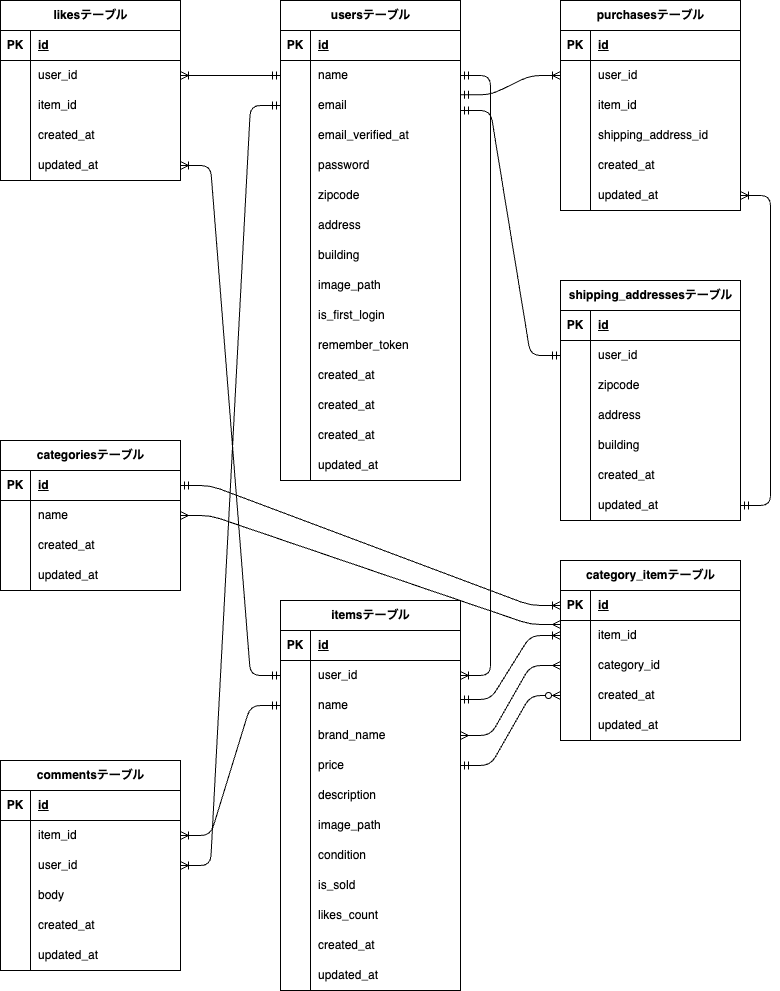
Earlier version of the draw.io export ER.png (su-masayuki/freemarket-test). Source tidied: cells renumbered, new cells last; positions are measured from the earlier drawing's top-left corner, leaving out a move shared by most shapes.
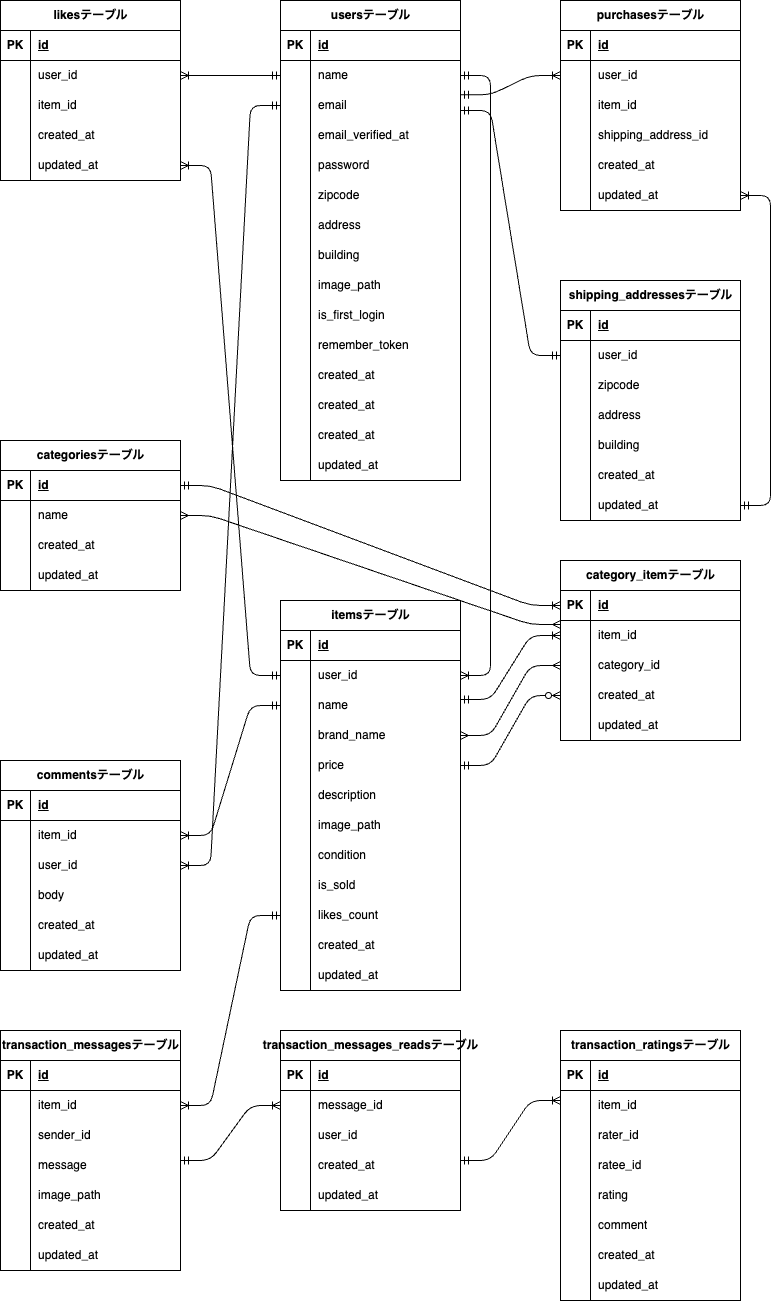
Above is the later version.

What changed in the source:
```diff
@@ -645,5 +645,208 @@
         </Array>
       </mxGeometry>
     </mxCell>
+    <mxCell id="203" value="transaction_messagesテーブル" style="shape=table;startSize=30;rowLines=0;fontStyle=1;align=center;html=1;" parent="1" vertex="1">
+      <mxGeometry x="80" y="1030" width="180" height="240" as="geometry" />
+    </mxCell>
+    <mxCell id="204" style="shape=tableRow;horizontal=0;startSize=0;swimlaneHead=0;swimlaneBody=0;fillColor=none;top=0;left=0;right=0;bottom=1;" parent="203" vertex="1">
+      <mxGeometry y="30" width="180" height="30" as="geometry" />
+    </mxCell>
+    <mxCell id="205" value="PK" style="shape=partialRectangle;fillColor=none;top=0;left=0;bottom=0;right=0;fontStyle=1;overflow=hidden;whiteSpace=wrap;html=1;" parent="204" vertex="1">
+      <mxGeometry width="30" height="30" as="geometry" />
+    </mxCell>
+    <mxCell id="206" value="id" style="shape=partialRectangle;fillColor=none;top=0;left=0;bottom=0;right=0;align=left;spacingLeft=6;fontStyle=5;overflow=hidden;whiteSpace=wrap;html=1;" parent="204" vertex="1">
+      <mxGeometry x="30" width="150" height="30" as="geometry" />
+    </mxCell>
+    <mxCell id="207" style="shape=tableRow;horizontal=0;startSize=0;swimlaneHead=0;swimlaneBody=0;fillColor=none;points=[[0,0.5],[1,0.5]];portConstraint=eastwest;top=0;left=0;right=0;bottom=0;" parent="203" vertex="1">
+      <mxGeometry y="60" width="180" height="30" as="geometry" />
+    </mxCell>
+    <mxCell id="208" style="shape=partialRectangle;fillColor=none;top=0;left=0;bottom=0;right=0;overflow=hidden;whiteSpace=wrap;html=1;" parent="207" vertex="1">
+      <mxGeometry width="30" height="30" as="geometry" />
+    </mxCell>
+    <mxCell id="209" value="item_id" style="shape=partialRectangle;fillColor=none;top=0;left=0;bottom=0;right=0;align=left;spacingLeft=6;overflow=hidden;whiteSpace=wrap;html=1;" parent="207" vertex="1">
+      <mxGeometry x="30" width="150" height="30" as="geometry" />
+    </mxCell>
+    <mxCell id="210" style="shape=tableRow;horizontal=0;startSize=0;swimlaneHead=0;swimlaneBody=0;fillColor=none;top=0;left=0;right=0;bottom=0;" parent="203" vertex="1">
+      <mxGeometry y="90" width="180" height="30" as="geometry" />
+    </mxCell>
+    <mxCell id="211" style="shape=partialRectangle;fillColor=none;top=0;left=0;bottom=0;right=0;overflow=hidden;whiteSpace=wrap;html=1;" parent="210" vertex="1">
+      <mxGeometry width="30" height="30" as="geometry" />
+    </mxCell>
+    <mxCell id="212" value="sender_id" style="shape=partialRectangle;fillColor=none;top=0;left=0;bottom=0;right=0;align=left;spacingLeft=6;overflow=hidden;whiteSpace=wrap;html=1;" parent="210" vertex="1">
+      <mxGeometry x="30" width="150" height="30" as="geometry" />
+    </mxCell>
+    <mxCell id="213" style="shape=tableRow;horizontal=0;startSize=0;swimlaneHead=0;swimlaneBody=0;fillColor=none;top=0;left=0;right=0;bottom=0;" parent="203" vertex="1">
+      <mxGeometry y="120" width="180" height="30" as="geometry" />
+    </mxCell>
+    <mxCell id="214" style="shape=partialRectangle;fillColor=none;top=0;left=0;bottom=0;right=0;overflow=hidden;whiteSpace=wrap;html=1;" parent="213" vertex="1">
+      <mxGeometry width="30" height="30" as="geometry" />
+    </mxCell>
+    <mxCell id="215" value="message" style="shape=partialRectangle;fillColor=none;top=0;left=0;bottom=0;right=0;align=left;spacingLeft=6;overflow=hidden;whiteSpace=wrap;html=1;" parent="213" vertex="1">
+      <mxGeometry x="30" width="150" height="30" as="geometry" />
+    </mxCell>
+    <mxCell id="216" style="shape=tableRow;horizontal=0;startSize=0;swimlaneHead=0;swimlaneBody=0;fillColor=none;top=0;left=0;right=0;bottom=0;" parent="203" vertex="1">
+      <mxGeometry y="150" width="180" height="30" as="geometry" />
+    </mxCell>
+    <mxCell id="217" style="shape=partialRectangle;fillColor=none;top=0;left=0;bottom=0;right=0;overflow=hidden;whiteSpace=wrap;html=1;" parent="216" vertex="1">
+      <mxGeometry width="30" height="30" as="geometry" />
+    </mxCell>
+    <mxCell id="218" value="image_path" style="shape=partialRectangle;fillColor=none;top=0;left=0;bottom=0;right=0;align=left;spacingLeft=6;overflow=hidden;whiteSpace=wrap;html=1;" parent="216" vertex="1">
+      <mxGeometry x="30" width="150" height="30" as="geometry" />
+    </mxCell>
+    <mxCell id="219" style="shape=tableRow;horizontal=0;startSize=0;swimlaneHead=0;swimlaneBody=0;fillColor=none;top=0;left=0;right=0;bottom=0;" parent="203" vertex="1">
+      <mxGeometry y="180" width="180" height="30" as="geometry" />
+    </mxCell>
+    <mxCell id="220" style="shape=partialRectangle;fillColor=none;top=0;left=0;bottom=0;right=0;overflow=hidden;whiteSpace=wrap;html=1;" parent="219" vertex="1">
+      <mxGeometry width="30" height="30" as="geometry" />
+    </mxCell>
+    <mxCell id="221" value="created_at" style="shape=partialRectangle;fillColor=none;top=0;left=0;bottom=0;right=0;align=left;spacingLeft=6;overflow=hidden;whiteSpace=wrap;html=1;" parent="219" vertex="1">
+      <mxGeometry x="30" width="150" height="30" as="geometry" />
+    </mxCell>
+    <mxCell id="222" style="shape=tableRow;horizontal=0;startSize=0;swimlaneHead=0;swimlaneBody=0;fillColor=none;top=0;left=0;right=0;bottom=0;" parent="203" vertex="1">
+      <mxGeometry y="210" width="180" height="30" as="geometry" />
+    </mxCell>
+    <mxCell id="223" style="shape=partialRectangle;fillColor=none;top=0;left=0;bottom=0;right=0;overflow=hidden;whiteSpace=wrap;html=1;" parent="222" vertex="1">
+      <mxGeometry width="30" height="30" as="geometry" />
+    </mxCell>
+    <mxCell id="224" value="updated_at" style="shape=partialRectangle;fillColor=none;top=0;left=0;bottom=0;right=0;align=left;spacingLeft=6;overflow=hidden;whiteSpace=wrap;html=1;" parent="222" vertex="1">
+      <mxGeometry x="30" width="150" height="30" as="geometry" />
+    </mxCell>
+    <mxCell id="225" value="&lt;span style=&quot;color: rgb(0, 0, 0);&quot;&gt;transaction_messages_reads&lt;/span&gt;テーブル" style="shape=table;startSize=30;rowLines=0;fontStyle=1;align=center;html=1;" parent="1" vertex="1">
+      <mxGeometry x="360" y="1030" width="180" height="180" as="geometry" />
+    </mxCell>
+    <mxCell id="226" style="shape=tableRow;horizontal=0;startSize=0;swimlaneHead=0;swimlaneBody=0;fillColor=none;top=0;left=0;right=0;bottom=1;" parent="225" vertex="1">
+      <mxGeometry y="30" width="180" height="30" as="geometry" />
+    </mxCell>
+    <mxCell id="227" value="PK" style="shape=partialRectangle;fillColor=none;top=0;left=0;bottom=0;right=0;fontStyle=1;overflow=hidden;whiteSpace=wrap;html=1;" parent="226" vertex="1">
+      <mxGeometry width="30" height="30" as="geometry" />
+    </mxCell>
+    <mxCell id="228" value="id" style="shape=partialRectangle;fillColor=none;top=0;left=0;bottom=0;right=0;align=left;spacingLeft=6;fontStyle=5;overflow=hidden;whiteSpace=wrap;html=1;" parent="226" vertex="1">
+      <mxGeometry x="30" width="150" height="30" as="geometry" />
+    </mxCell>
+    <mxCell id="229" style="shape=tableRow;horizontal=0;startSize=0;swimlaneHead=0;swimlaneBody=0;fillColor=none;points=[[0,0.5],[1,0.5]];portConstraint=eastwest;top=0;left=0;right=0;bottom=0;" parent="225" vertex="1">
+      <mxGeometry y="60" width="180" height="30" as="geometry" />
+    </mxCell>
+    <mxCell id="230" style="shape=partialRectangle;fillColor=none;top=0;left=0;bottom=0;right=0;overflow=hidden;whiteSpace=wrap;html=1;" parent="229" vertex="1">
+      <mxGeometry width="30" height="30" as="geometry" />
+    </mxCell>
+    <mxCell id="231" value="message_id" style="shape=partialRectangle;fillColor=none;top=0;left=0;bottom=0;right=0;align=left;spacingLeft=6;overflow=hidden;whiteSpace=wrap;html=1;" parent="229" vertex="1">
+      <mxGeometry x="30" width="150" height="30" as="geometry" />
+    </mxCell>
+    <mxCell id="232" style="shape=tableRow;horizontal=0;startSize=0;swimlaneHead=0;swimlaneBody=0;fillColor=none;top=0;left=0;right=0;bottom=0;" parent="225" vertex="1">
+      <mxGeometry y="90" width="180" height="30" as="geometry" />
+    </mxCell>
+    <mxCell id="233" style="shape=partialRectangle;fillColor=none;top=0;left=0;bottom=0;right=0;overflow=hidden;whiteSpace=wrap;html=1;" parent="232" vertex="1">
+      <mxGeometry width="30" height="30" as="geometry" />
+    </mxCell>
+    <mxCell id="234" value="user_id" style="shape=partialRectangle;fillColor=none;top=0;left=0;bottom=0;right=0;align=left;spacingLeft=6;overflow=hidden;whiteSpace=wrap;html=1;" parent="232" vertex="1">
+      <mxGeometry x="30" width="150" height="30" as="geometry" />
+    </mxCell>
+    <mxCell id="235" style="shape=tableRow;horizontal=0;startSize=0;swimlaneHead=0;swimlaneBody=0;fillColor=none;top=0;left=0;right=0;bottom=0;" parent="225" vertex="1">
+      <mxGeometry y="120" width="180" height="30" as="geometry" />
+    </mxCell>
+    <mxCell id="236" style="shape=partialRectangle;fillColor=none;top=0;left=0;bottom=0;right=0;overflow=hidden;whiteSpace=wrap;html=1;" parent="235" vertex="1">
+      <mxGeometry width="30" height="30" as="geometry" />
+    </mxCell>
+    <mxCell id="237" value="created_at" style="shape=partialRectangle;fillColor=none;top=0;left=0;bottom=0;right=0;align=left;spacingLeft=6;overflow=hidden;whiteSpace=wrap;html=1;" parent="235" vertex="1">
+      <mxGeometry x="30" width="150" height="30" as="geometry" />
+    </mxCell>
+    <mxCell id="238" style="shape=tableRow;horizontal=0;startSize=0;swimlaneHead=0;swimlaneBody=0;fillColor=none;top=0;left=0;right=0;bottom=0;" parent="225" vertex="1">
+      <mxGeometry y="150" width="180" height="30" as="geometry" />
+    </mxCell>
+    <mxCell id="239" style="shape=partialRectangle;fillColor=none;top=0;left=0;bottom=0;right=0;overflow=hidden;whiteSpace=wrap;html=1;" parent="238" vertex="1">
+      <mxGeometry width="30" height="30" as="geometry" />
+    </mxCell>
+    <mxCell id="240" value="updated_at" style="shape=partialRectangle;fillColor=none;top=0;left=0;bottom=0;right=0;align=left;spacingLeft=6;overflow=hidden;whiteSpace=wrap;html=1;" parent="238" vertex="1">
+      <mxGeometry x="30" width="150" height="30" as="geometry" />
+    </mxCell>
+    <mxCell id="241" value="&lt;span style=&quot;color: rgb(0, 0, 0);&quot;&gt;transaction_ratings&lt;/span&gt;テーブル" style="shape=table;startSize=30;rowLines=0;fontStyle=1;align=center;html=1;" parent="1" vertex="1">
+      <mxGeometry x="640" y="1030" width="180" height="270" as="geometry" />
+    </mxCell>
+    <mxCell id="242" style="shape=tableRow;horizontal=0;startSize=0;swimlaneHead=0;swimlaneBody=0;fillColor=none;top=0;left=0;right=0;bottom=1;" parent="241" vertex="1">
+      <mxGeometry y="30" width="180" height="30" as="geometry" />
+    </mxCell>
+    <mxCell id="243" value="PK" style="shape=partialRectangle;fillColor=none;top=0;left=0;bottom=0;right=0;fontStyle=1;overflow=hidden;whiteSpace=wrap;html=1;" parent="242" vertex="1">
+      <mxGeometry width="30" height="30" as="geometry" />
+    </mxCell>
+    <mxCell id="244" value="id" style="shape=partialRectangle;fillColor=none;top=0;left=0;bottom=0;right=0;align=left;spacingLeft=6;fontStyle=5;overflow=hidden;whiteSpace=wrap;html=1;" parent="242" vertex="1">
+      <mxGeometry x="30" width="150" height="30" as="geometry" />
+    </mxCell>
+    <mxCell id="245" style="shape=tableRow;horizontal=0;startSize=0;swimlaneHead=0;swimlaneBody=0;fillColor=none;top=0;left=0;right=0;bottom=0;" parent="241" vertex="1">
+      <mxGeometry y="60" width="180" height="30" as="geometry" />
+    </mxCell>
+    <mxCell id="246" style="shape=partialRectangle;fillColor=none;top=0;left=0;bottom=0;right=0;overflow=hidden;whiteSpace=wrap;html=1;" parent="245" vertex="1">
+      <mxGeometry width="30" height="30" as="geometry" />
+    </mxCell>
+    <mxCell id="247" value="item_id" style="shape=partialRectangle;fillColor=none;top=0;left=0;bottom=0;right=0;align=left;spacingLeft=6;overflow=hidden;whiteSpace=wrap;html=1;" parent="245" vertex="1">
+      <mxGeometry x="30" width="150" height="30" as="geometry" />
+    </mxCell>
+    <mxCell id="248" style="shape=tableRow;horizontal=0;startSize=0;swimlaneHead=0;swimlaneBody=0;fillColor=none;top=0;left=0;right=0;bottom=0;" parent="241" vertex="1">
+      <mxGeometry y="90" width="180" height="30" as="geometry" />
+    </mxCell>
+    <mxCell id="249" style="shape=partialRectangle;fillColor=none;top=0;left=0;bottom=0;right=0;overflow=hidden;whiteSpace=wrap;html=1;" parent="248" vertex="1">
+      <mxGeometry width="30" height="30" as="geometry" />
+    </mxCell>
+    <mxCell id="250" value="rater_id" style="shape=partialRectangle;fillColor=none;top=0;left=0;bottom=0;right=0;align=left;spacingLeft=6;overflow=hidden;whiteSpace=wrap;html=1;" parent="248" vertex="1">
+      <mxGeometry x="30" width="150" height="30" as="geometry" />
+    </mxCell>
+    <mxCell id="251" style="shape=tableRow;horizontal=0;startSize=0;swimlaneHead=0;swimlaneBody=0;fillColor=none;top=0;left=0;right=0;bottom=0;" parent="241" vertex="1">
+      <mxGeometry y="120" width="180" height="30" as="geometry" />
+    </mxCell>
+    <mxCell id="252" style="shape=partialRectangle;fillColor=none;top=0;left=0;bottom=0;right=0;overflow=hidden;whiteSpace=wrap;html=1;" parent="251" vertex="1">
+      <mxGeometry width="30" height="30" as="geometry" />
+    </mxCell>
+    <mxCell id="253" value="ratee_id" style="shape=partialRectangle;fillColor=none;top=0;left=0;bottom=0;right=0;align=left;spacingLeft=6;overflow=hidden;whiteSpace=wrap;html=1;" parent="251" vertex="1">
+      <mxGeometry x="30" width="150" height="30" as="geometry" />
+    </mxCell>
+    <mxCell id="254" style="shape=tableRow;horizontal=0;startSize=0;swimlaneHead=0;swimlaneBody=0;fillColor=none;top=0;left=0;right=0;bottom=0;" parent="241" vertex="1">
+      <mxGeometry y="150" width="180" height="30" as="geometry" />
+    </mxCell>
+    <mxCell id="255" style="shape=partialRectangle;fillColor=none;top=0;left=0;bottom=0;right=0;overflow=hidden;whiteSpace=wrap;html=1;" parent="254" vertex="1">
+      <mxGeometry width="30" height="30" as="geometry" />
+    </mxCell>
+    <mxCell id="256" value="rating" style="shape=partialRectangle;fillColor=none;top=0;left=0;bottom=0;right=0;align=left;spacingLeft=6;overflow=hidden;whiteSpace=wrap;html=1;" parent="254" vertex="1">
+      <mxGeometry x="30" width="150" height="30" as="geometry" />
+    </mxCell>
+    <mxCell id="257" style="shape=tableRow;horizontal=0;startSize=0;swimlaneHead=0;swimlaneBody=0;fillColor=none;top=0;left=0;right=0;bottom=0;" parent="241" vertex="1">
+      <mxGeometry y="180" width="180" height="30" as="geometry" />
+    </mxCell>
+    <mxCell id="258" style="shape=partialRectangle;fillColor=none;top=0;left=0;bottom=0;right=0;overflow=hidden;whiteSpace=wrap;html=1;" parent="257" vertex="1">
+      <mxGeometry width="30" height="30" as="geometry" />
+    </mxCell>
+    <mxCell id="259" value="comment" style="shape=partialRectangle;fillColor=none;top=0;left=0;bottom=0;right=0;align=left;spacingLeft=6;overflow=hidden;whiteSpace=wrap;html=1;" parent="257" vertex="1">
+      <mxGeometry x="30" width="150" height="30" as="geometry" />
+    </mxCell>
+    <mxCell id="260" style="shape=tableRow;horizontal=0;startSize=0;swimlaneHead=0;swimlaneBody=0;fillColor=none;top=0;left=0;right=0;bottom=0;" parent="241" vertex="1">
+      <mxGeometry y="210" width="180" height="30" as="geometry" />
+    </mxCell>
+    <mxCell id="261" style="shape=partialRectangle;fillColor=none;top=0;left=0;bottom=0;right=0;overflow=hidden;whiteSpace=wrap;html=1;" parent="260" vertex="1">
+      <mxGeometry width="30" height="30" as="geometry" />
+    </mxCell>
+    <mxCell id="262" value="&lt;span style=&quot;color: rgb(0, 0, 0);&quot;&gt;created_at&lt;/span&gt;" style="shape=partialRectangle;fillColor=none;top=0;left=0;bottom=0;right=0;align=left;spacingLeft=6;overflow=hidden;whiteSpace=wrap;html=1;" parent="260" vertex="1">
+      <mxGeometry x="30" width="150" height="30" as="geometry" />
+    </mxCell>
+    <mxCell id="263" style="shape=tableRow;horizontal=0;startSize=0;swimlaneHead=0;swimlaneBody=0;fillColor=none;top=0;left=0;right=0;bottom=0;" parent="241" vertex="1">
+      <mxGeometry y="240" width="180" height="30" as="geometry" />
+    </mxCell>
+    <mxCell id="264" style="shape=partialRectangle;fillColor=none;top=0;left=0;bottom=0;right=0;overflow=hidden;whiteSpace=wrap;html=1;" parent="263" vertex="1">
+      <mxGeometry width="30" height="30" as="geometry" />
+    </mxCell>
+    <mxCell id="265" value="&lt;span style=&quot;color: rgb(0, 0, 0);&quot;&gt;updated_at&lt;/span&gt;" style="shape=partialRectangle;fillColor=none;top=0;left=0;bottom=0;right=0;align=left;spacingLeft=6;overflow=hidden;whiteSpace=wrap;html=1;" parent="263" vertex="1">
+      <mxGeometry x="30" width="150" height="30" as="geometry" />
+    </mxCell>
+    <mxCell id="266" style="edgeStyle=entityRelationEdgeStyle;fontSize=12;html=1;endArrow=ERoneToMany;startArrow=ERmandOne;exitX=0;exitY=0.5;exitDx=0;exitDy=0;entryX=1;entryY=0.5;entryDx=0;entryDy=0;" parent="1" edge="1" source="108" target="207">
+      <mxGeometry relative="1" as="geometry" />
+    </mxCell>
+    <mxCell id="267" style="edgeStyle=entityRelationEdgeStyle;fontSize=12;html=1;endArrow=ERoneToMany;startArrow=ERmandOne;entryX=0;entryY=0.5;entryDx=0;entryDy=0;" parent="1" edge="1" target="229">
+      <mxGeometry relative="1" as="geometry">
+        <mxPoint x="260" y="1160" as="sourcePoint" />
+      </mxGeometry>
+    </mxCell>
+    <mxCell id="268" style="edgeStyle=entityRelationEdgeStyle;fontSize=12;html=1;endArrow=ERoneToMany;startArrow=ERmandOne;exitX=1;exitY=0.5;exitDx=0;exitDy=0;entryX=0;entryY=0.5;entryDx=0;entryDy=0;" parent="1" edge="1">
+      <mxGeometry relative="1" as="geometry">
+        <mxPoint x="540" y="1160" as="sourcePoint" />
+        <mxPoint x="640" y="1100" as="targetPoint" />
+      </mxGeometry>
+    </mxCell>
   </root>
 </mxGraphModel>
```
